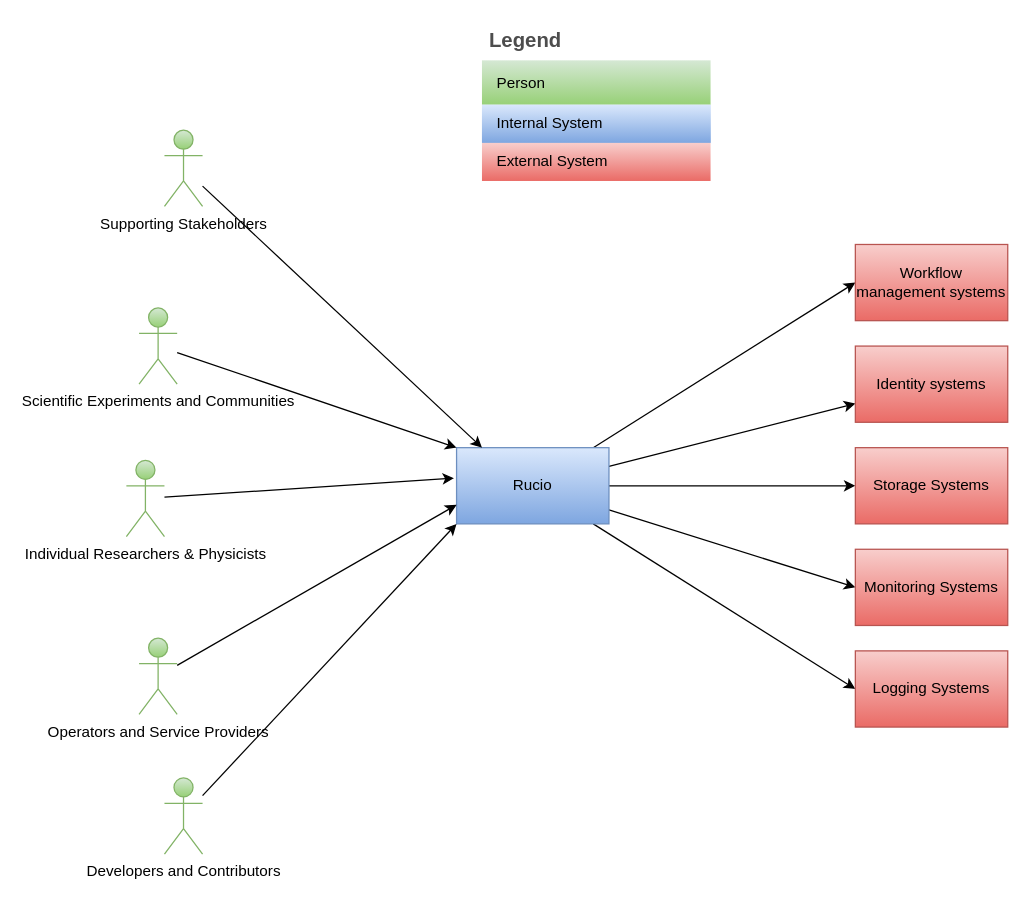
mgajek-cern/rucio-architecture-docs keeps this draw.io diagram as diagrams/Context View.drawio. Above is the earlier version. Source tidied: cells renumbered, new cells numbered last; positions are measured from the earlier drawing's top-left corner, leaving out a move shared by most shapes. Both pictures are drawn from the tidied source at 127%, with x=0, y=0 at pixel (126, 22).
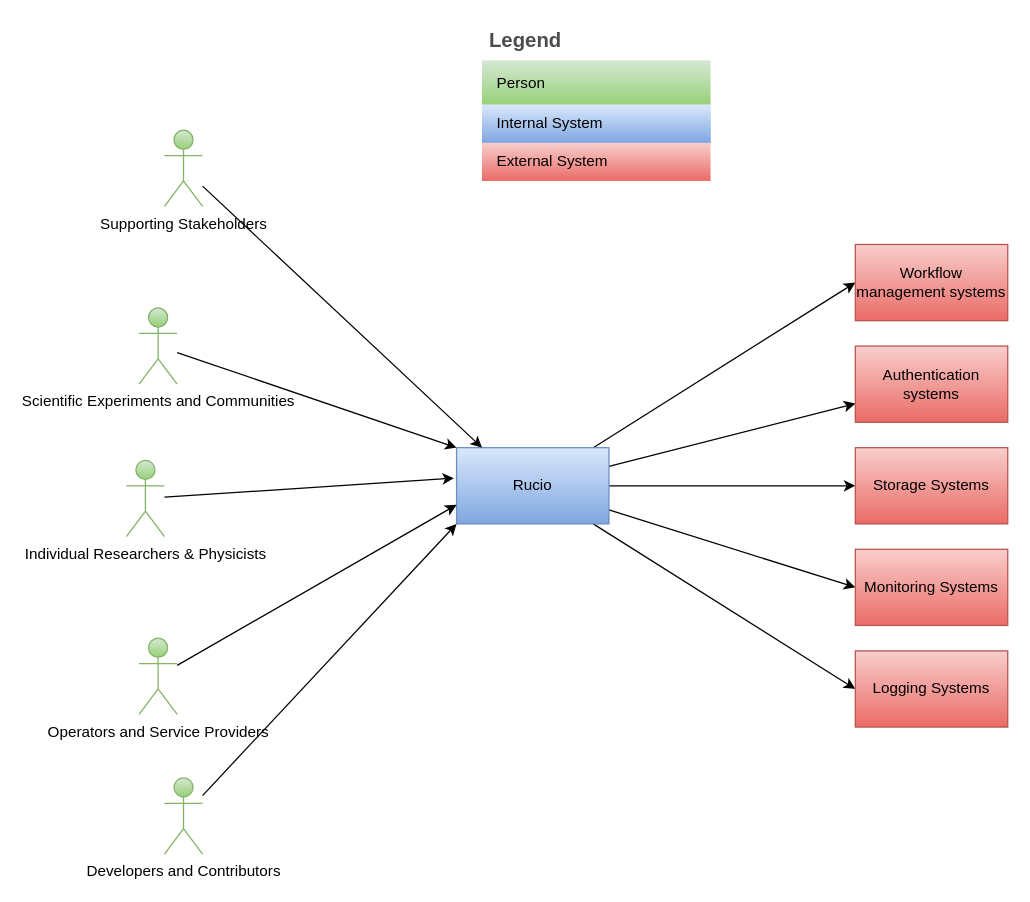
The same page after the edit.

Commit message (it also covers changes not shown here):
update component diagrams

What changed in the source:
```diff
@@
-    <mxCell id="8" value="Identity systems" style="rounded=0;whiteSpace=wrap;html=1;fillColor=#f8cecc;gradientColor=#ea6b66;strokeColor=#b85450;" parent="1" vertex="1">
+    <mxCell id="8" value="Authentication systems" style="rounded=0;whiteSpace=wrap;html=1;fillColor=#f8cecc;gradientColor=#ea6b66;strokeColor=#b85450;" parent="1" vertex="1">
       <mxGeometry x="574" y="255" width="120" height="60" as="geometry" />
     </mxCell>
```
